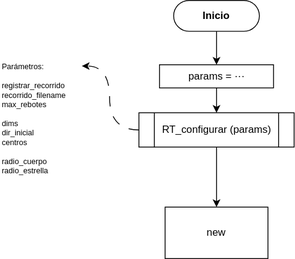
The draw.io diagram FlowChart.drawio.svg in IoachimusRoderici/RayTracing.jl, before a commit. Source tidied: cells renumbered, new cells last; positions are measured from the earlier drawing's top-left corner, leaving out a move shared by most shapes.
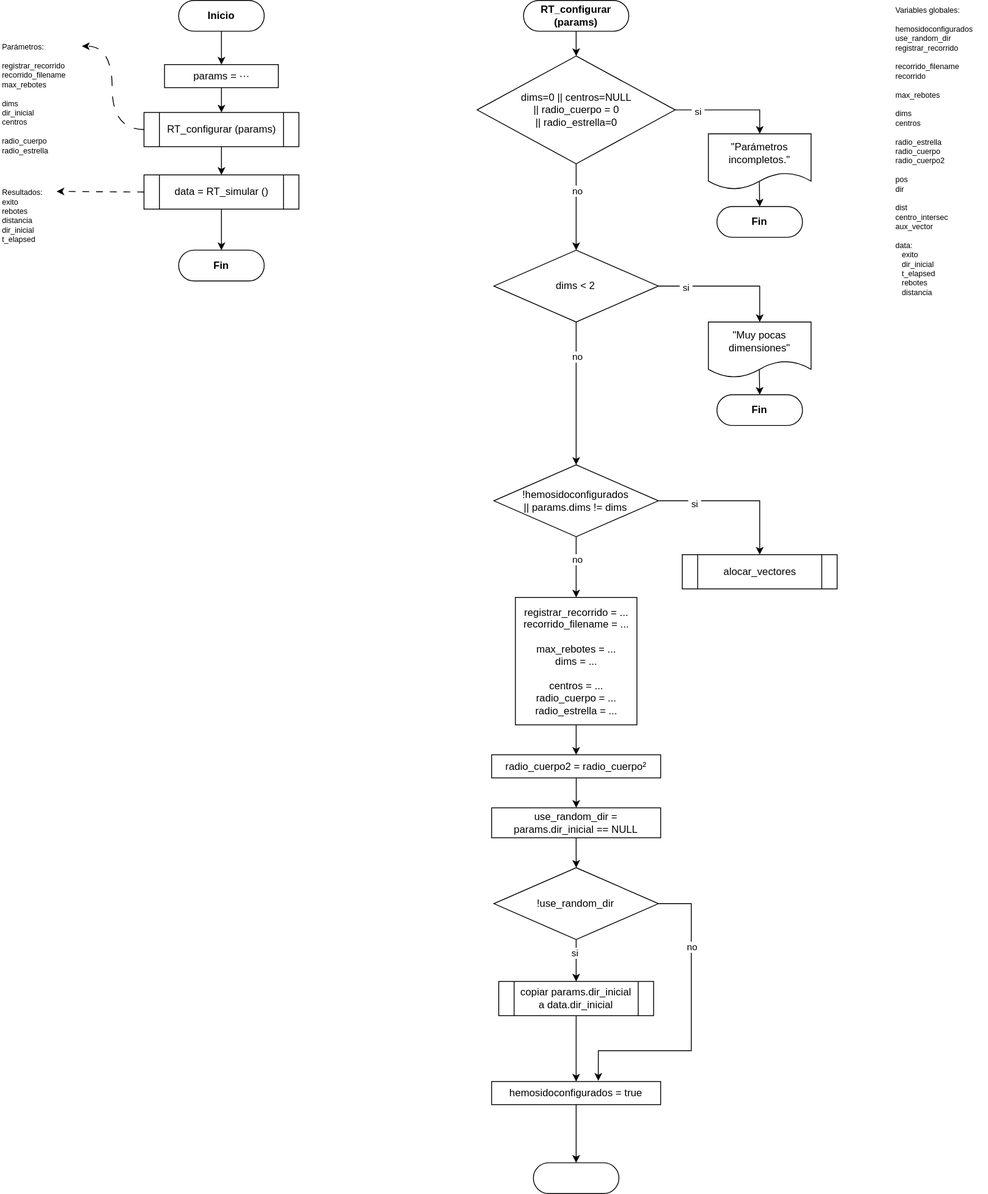
After the change.

Change to the diagram source:
```diff
@@ -17,17 +17,158 @@
     <mxCell id="6" style="edgeStyle=orthogonalEdgeStyle;curved=1;html=1;exitX=0;exitY=0.5;exitDx=0;exitDy=0;entryX=1.02;entryY=0.074;entryDx=0;entryDy=0;entryPerimeter=0;dashed=1;dashPattern=12 12;strokeColor=default;fontSize=9;" parent="1" edge="1" source="8" target="9">
       <mxGeometry relative="1" as="geometry" />
     </mxCell>
-    <mxCell id="7" style="edgeStyle=orthogonalEdgeStyle;rounded=0;jettySize=auto;html=1;" parent="1" edge="1" source="8" target="10">
-      <mxGeometry relative="1" as="geometry" />
-    </mxCell>
+    <mxCell id="11" style="edgeStyle=orthogonalEdgeStyle;rounded=0;jettySize=auto;html=1;" parent="1" edge="1" source="8" target="14">
+      <mxGeometry relative="1" as="geometry" />
+    </mxCell>
     <mxCell id="8" value="RT_configurar (params)" style="shape=process;whiteSpace=wrap;html=1;backgroundOutline=1;fillColor=none;" parent="1" vertex="1">
       <mxGeometry x="161.5" y="131" width="181" height="40" as="geometry" />
     </mxCell>
     <mxCell id="9" value="Parámetros:&#10;&#10;registrar_recorrido&#10;recorrido_filename&#10;max_rebotes&#10;&#10;dims&#10;dir_inicial&#10;centros&#10;&#10;radio_cuerpo&#10;radio_estrella&#10;" style="text;align=left;verticalAlign=top;points=[];strokeColor=none;fillColor=none;fontSize=9;" parent="1" vertex="1">
-      <mxGeometry y="66" width="93" height="142" as="geometry" />
+      <mxGeometry x="-6" y="43" width="93" height="142" as="geometry" />
     </mxCell>
-    <mxCell id="10" value="new" style="whiteSpace=wrap;html=1;fillColor=none;" parent="1" vertex="1">
-      <mxGeometry x="192" y="241" width="120" height="60" as="geometry" />
-    </mxCell>
+    <mxCell id="12" style="rounded=0;jettySize=auto;html=1;exitX=0;exitY=0.5;exitDx=0;exitDy=0;entryX=1.005;entryY=0.117;entryDx=0;entryDy=0;entryPerimeter=0;dashed=1;dashPattern=8 8;" parent="1" edge="1" source="14" target="15">
+      <mxGeometry relative="1" as="geometry" />
+    </mxCell>
+    <mxCell id="13" style="edgeStyle=orthogonalEdgeStyle;rounded=0;jettySize=auto;html=1;entryX=0.5;entryY=0;entryDx=0;entryDy=0;" parent="1" edge="1" source="14" target="16">
+      <mxGeometry relative="1" as="geometry" />
+    </mxCell>
+    <mxCell id="14" value="data = RT_simular ()" style="shape=process;whiteSpace=wrap;html=1;backgroundOutline=1;fillColor=none;" parent="1" vertex="1">
+      <mxGeometry x="161.5" y="204" width="181" height="40" as="geometry" />
+    </mxCell>
+    <mxCell id="15" value="Resultados:&#10;exito&#10;rebotes&#10;distancia&#10;dir_inicial&#10;t_elapsed&#10;&#10;" style="text;align=left;verticalAlign=top;points=[];strokeColor=none;fillColor=none;fontSize=9;" parent="1" vertex="1">
+      <mxGeometry x="-6" y="213" width="65" height="88" as="geometry" />
+    </mxCell>
+    <mxCell id="16" value="&lt;b&gt;Fin&lt;/b&gt;" style="rounded=1;whiteSpace=wrap;html=1;arcSize=50;fillColor=none;" parent="1" vertex="1">
+      <mxGeometry x="202" y="292" width="100" height="36" as="geometry" />
+    </mxCell>
+    <mxCell id="17" style="edgeStyle=orthogonalEdgeStyle;rounded=0;jettySize=auto;html=1;" parent="1" edge="1" source="18" target="23">
+      <mxGeometry relative="1" as="geometry" />
+    </mxCell>
+    <mxCell id="18" value="&lt;div&gt;&lt;b&gt;RT_configurar&lt;/b&gt;&lt;/div&gt;&lt;div&gt;&lt;b&gt;(params)&lt;br&gt;&lt;/b&gt;&lt;/div&gt;" style="rounded=1;whiteSpace=wrap;html=1;arcSize=50;fillColor=none;" parent="1" vertex="1">
+      <mxGeometry x="605" width="123" height="36" as="geometry" />
+    </mxCell>
+    <mxCell id="19" style="edgeStyle=orthogonalEdgeStyle;rounded=0;jettySize=auto;html=1;exitX=1;exitY=0.5;exitDx=0;exitDy=0;entryX=0.5;entryY=0;entryDx=0;entryDy=0;" parent="1" edge="1" source="23" target="25">
+      <mxGeometry relative="1" as="geometry" />
+    </mxCell>
+    <mxCell id="20" value="&amp;nbsp;si&amp;nbsp; " style="edgeLabel;html=1;align=center;verticalAlign=middle;" parent="19" vertex="1">
+      <mxGeometry x="-0.6" y="-1" relative="1" as="geometry" />
+    </mxCell>
+    <mxCell id="21" style="edgeStyle=none;rounded=0;jettySize=auto;html=1;exitX=0.5;exitY=1;exitDx=0;exitDy=0;entryX=0.5;entryY=0;entryDx=0;entryDy=0;" parent="1" edge="1" source="23" target="31">
+      <mxGeometry relative="1" as="geometry" />
+    </mxCell>
+    <mxCell id="22" value="no" style="edgeLabel;html=1;align=center;verticalAlign=middle;" parent="21" vertex="1">
+      <mxGeometry x="-0.39" y="1" relative="1" as="geometry" />
+    </mxCell>
+    <mxCell id="23" value="&lt;div&gt;dims=0 || centros=NULL&lt;/div&gt;&lt;div&gt;|| radio_cuerpo = 0&lt;/div&gt;&lt;div&gt;|| radio_estrella=0&lt;br&gt;&lt;/div&gt;" style="rhombus;whiteSpace=wrap;html=1;" parent="1" vertex="1">
+      <mxGeometry x="550.8" y="65" width="231.5" height="126" as="geometry" />
+    </mxCell>
+    <mxCell id="24" style="edgeStyle=none;rounded=0;jettySize=auto;html=1;entryX=0.5;entryY=0;entryDx=0;entryDy=0;exitX=0.496;exitY=0.859;exitDx=0;exitDy=0;exitPerimeter=0;" parent="1" edge="1" source="25" target="26">
+      <mxGeometry relative="1" as="geometry" />
+    </mxCell>
+    <mxCell id="25" value="&quot;Parámetros incompletos.&quot;" style="shape=document;whiteSpace=wrap;html=1;boundedLbl=1;" parent="1" vertex="1">
+      <mxGeometry x="821" y="156" width="120" height="65" as="geometry" />
+    </mxCell>
+    <mxCell id="26" value="&lt;b&gt;Fin&lt;/b&gt;" style="rounded=1;whiteSpace=wrap;html=1;arcSize=50;fillColor=none;" parent="1" vertex="1">
+      <mxGeometry x="831" y="241" width="100" height="36" as="geometry" />
+    </mxCell>
+    <mxCell id="27" style="edgeStyle=orthogonalEdgeStyle;rounded=0;jettySize=auto;html=1;exitX=1;exitY=0.5;exitDx=0;exitDy=0;entryX=0.5;entryY=0;entryDx=0;entryDy=0;" parent="1" edge="1" source="31" target="33">
+      <mxGeometry relative="1" as="geometry" />
+    </mxCell>
+    <mxCell id="28" value="&amp;nbsp;si&amp;nbsp; " style="edgeLabel;html=1;align=center;verticalAlign=middle;" parent="27" vertex="1">
+      <mxGeometry x="-0.6" y="-1" relative="1" as="geometry" />
+    </mxCell>
+    <mxCell id="29" style="edgeStyle=none;rounded=0;jettySize=auto;html=1;exitX=0.5;exitY=1;exitDx=0;exitDy=0;entryX=0.5;entryY=0;entryDx=0;entryDy=0;" parent="1" edge="1" source="31" target="40">
+      <mxGeometry relative="1" as="geometry" />
+    </mxCell>
+    <mxCell id="30" value="no" style="edgeLabel;html=1;align=center;verticalAlign=middle;" parent="29" vertex="1">
+      <mxGeometry x="-0.5" y="1" relative="1" as="geometry" />
+    </mxCell>
+    <mxCell id="31" value="dims &amp;lt; 2" style="rhombus;whiteSpace=wrap;html=1;" parent="1" vertex="1">
+      <mxGeometry x="570.4" y="292" width="192.2" height="84" as="geometry" />
+    </mxCell>
+    <mxCell id="32" style="edgeStyle=none;rounded=0;jettySize=auto;html=1;entryX=0.5;entryY=0;entryDx=0;entryDy=0;exitX=0.496;exitY=0.859;exitDx=0;exitDy=0;exitPerimeter=0;" parent="1" edge="1" source="33" target="34">
+      <mxGeometry relative="1" as="geometry" />
+    </mxCell>
+    <mxCell id="33" value="&quot;Muy pocas dimensiones&quot;" style="shape=document;whiteSpace=wrap;html=1;boundedLbl=1;" parent="1" vertex="1">
+      <mxGeometry x="821" y="376" width="120" height="65" as="geometry" />
+    </mxCell>
+    <mxCell id="34" value="&lt;b&gt;Fin&lt;/b&gt;" style="rounded=1;whiteSpace=wrap;html=1;arcSize=50;fillColor=none;" parent="1" vertex="1">
+      <mxGeometry x="831" y="461" width="100" height="36" as="geometry" />
+    </mxCell>
+    <mxCell id="35" value="Variables globales:&#10;&#10;hemosidoconfigurados&#10;use_random_dir&#10;registrar_recorrido&#10;&#10;recorrido_filename&#10;recorrido&#10;&#10;max_rebotes&#10;&#10;dims&#10;centros&#10;&#10;radio_estrella&#10;radio_cuerpo&#10;radio_cuerpo2&#10;&#10;pos&#10;dir&#10;&#10;dist&#10;centro_intersec&#10;aux_vector&#10;&#10;data:&#10;   exito&#10;   dir_inicial&#10;   t_elapsed&#10;   rebotes&#10;   distancia&#10;" style="text;align=left;verticalAlign=top;strokeColor=none;fillColor=none;fontSize=9;" parent="1" vertex="1">
+      <mxGeometry x="1038" width="109" height="347" as="geometry" />
+    </mxCell>
+    <mxCell id="36" style="edgeStyle=orthogonalEdgeStyle;rounded=0;jettySize=auto;html=1;exitX=1;exitY=0.5;exitDx=0;exitDy=0;entryX=0.5;entryY=0;entryDx=0;entryDy=0;" parent="1" edge="1" source="40" target="41">
+      <mxGeometry relative="1" as="geometry" />
+    </mxCell>
+    <mxCell id="37" value="&amp;nbsp;si&amp;nbsp; " style="edgeLabel;html=1;align=center;verticalAlign=middle;" parent="36" vertex="1">
+      <mxGeometry x="-0.54" y="-3" relative="1" as="geometry" />
+    </mxCell>
+    <mxCell id="38" style="rounded=0;jettySize=auto;html=1;exitX=0.5;exitY=1;exitDx=0;exitDy=0;entryX=0.5;entryY=0;entryDx=0;entryDy=0;" parent="1" edge="1" source="40" target="43">
+      <mxGeometry relative="1" as="geometry" />
+    </mxCell>
+    <mxCell id="39" value="no" style="edgeLabel;html=1;align=center;verticalAlign=middle;" parent="38" vertex="1">
+      <mxGeometry x="-0.25" y="1" relative="1" as="geometry" />
+    </mxCell>
+    <mxCell id="40" value="&lt;div&gt;!hemosidoconfigurados &lt;br&gt;&lt;/div&gt;&lt;div&gt;|| params.dims != dims&lt;br&gt;&lt;/div&gt;" style="rhombus;whiteSpace=wrap;html=1;" parent="1" vertex="1">
+      <mxGeometry x="570.4" y="543" width="192.2" height="84" as="geometry" />
+    </mxCell>
+    <mxCell id="41" value="alocar_vectores" style="shape=process;whiteSpace=wrap;html=1;backgroundOutline=1;fillColor=none;" parent="1" vertex="1">
+      <mxGeometry x="790.5" y="648" width="181" height="40" as="geometry" />
+    </mxCell>
+    <mxCell id="42" style="edgeStyle=orthogonalEdgeStyle;rounded=0;jettySize=auto;html=1;exitX=0.5;exitY=1;exitDx=0;exitDy=0;entryX=0.5;entryY=0;entryDx=0;entryDy=0;" parent="1" edge="1" source="43" target="45">
+      <mxGeometry relative="1" as="geometry" />
+    </mxCell>
+    <mxCell id="43" value="&lt;div&gt;registrar_recorrido = ...&lt;/div&gt;&lt;div&gt;recorrido_filename = ...&lt;/div&gt;&lt;div&gt;&lt;br&gt;&lt;/div&gt;&lt;div&gt;max_rebotes = ...&lt;/div&gt;&lt;div&gt;dims = ...&lt;/div&gt;&lt;div&gt;&lt;br&gt;&lt;/div&gt;&lt;div&gt;centros = ...&lt;/div&gt;&lt;div&gt;radio_cuerpo = ...&lt;/div&gt;&lt;div&gt;radio_estrella = ...&lt;br&gt;&lt;/div&gt;" style="rounded=0;whiteSpace=wrap;html=1;fillColor=none;" parent="1" vertex="1">
+      <mxGeometry x="595.5" y="698" width="142" height="149" as="geometry" />
+    </mxCell>
+    <mxCell id="44" style="edgeStyle=orthogonalEdgeStyle;rounded=0;jettySize=auto;html=1;" parent="1" edge="1" source="45" target="47">
+      <mxGeometry relative="1" as="geometry" />
+    </mxCell>
+    <mxCell id="45" value="radio_cuerpo2 = radio_cuerpo²" style="rounded=0;whiteSpace=wrap;html=1;fillColor=none;" parent="1" vertex="1">
+      <mxGeometry x="567.8" y="882" width="197.5" height="27" as="geometry" />
+    </mxCell>
+    <mxCell id="46" style="edgeStyle=orthogonalEdgeStyle;rounded=0;jettySize=auto;html=1;exitX=0.5;exitY=1;exitDx=0;exitDy=0;" parent="1" edge="1" source="47" target="52">
+      <mxGeometry relative="1" as="geometry" />
+    </mxCell>
+    <mxCell id="47" value="&lt;div&gt;use_random_dir = &lt;br&gt;&lt;/div&gt;&lt;div&gt;params.dir_inicial == NULL&lt;/div&gt;" style="rounded=0;whiteSpace=wrap;html=1;fillColor=none;" parent="1" vertex="1">
+      <mxGeometry x="567.8" y="944" width="197.5" height="35" as="geometry" />
+    </mxCell>
+    <mxCell id="48" style="rounded=0;jettySize=auto;html=1;exitX=0.5;exitY=1;exitDx=0;exitDy=0;entryX=0.5;entryY=0;entryDx=0;entryDy=0;" parent="1" edge="1" source="52" target="54">
+      <mxGeometry relative="1" as="geometry" />
+    </mxCell>
+    <mxCell id="49" value="si" style="edgeLabel;html=1;align=center;verticalAlign=middle;" parent="48" vertex="1">
+      <mxGeometry x="-0.39" y="-2" relative="1" as="geometry" />
+    </mxCell>
+    <mxCell id="50" style="edgeStyle=orthogonalEdgeStyle;rounded=0;jettySize=auto;html=1;exitX=1;exitY=0.5;exitDx=0;exitDy=0;entryX=0.631;entryY=-0.031;entryDx=0;entryDy=0;entryPerimeter=0;" parent="1" edge="1" source="52" target="56">
+      <mxGeometry relative="1" as="geometry">
+        <Array as="points">
+          <mxPoint x="801" y="1056" />
+          <mxPoint x="801" y="1228" />
+          <mxPoint x="692" y="1228" />
+        </Array>
+      </mxGeometry>
+    </mxCell>
+    <mxCell id="51" value="no" style="edgeLabel;html=1;align=center;verticalAlign=middle;" parent="50" vertex="1">
+      <mxGeometry x="-0.5" relative="1" as="geometry" />
+    </mxCell>
+    <mxCell id="52" value="!use_random_dir" style="rhombus;whiteSpace=wrap;html=1;" parent="1" vertex="1">
+      <mxGeometry x="570.4" y="1014" width="192.2" height="84" as="geometry" />
+    </mxCell>
+    <mxCell id="53" style="edgeStyle=orthogonalEdgeStyle;rounded=0;jettySize=auto;html=1;exitX=0.5;exitY=1;exitDx=0;exitDy=0;entryX=0.5;entryY=0;entryDx=0;entryDy=0;" parent="1" edge="1" source="54" target="56">
+      <mxGeometry relative="1" as="geometry" />
+    </mxCell>
+    <mxCell id="54" value="&lt;div&gt;copiar params.dir_inicial&lt;/div&gt;&lt;div&gt;a data.dir_inicial&lt;br&gt;&lt;/div&gt;" style="shape=process;whiteSpace=wrap;html=1;backgroundOutline=1;fillColor=none;" parent="1" vertex="1">
+      <mxGeometry x="576" y="1147" width="181" height="40" as="geometry" />
+    </mxCell>
+    <mxCell id="55" style="edgeStyle=orthogonalEdgeStyle;rounded=0;jettySize=auto;html=1;exitX=0.5;exitY=1;exitDx=0;exitDy=0;entryX=0.5;entryY=0;entryDx=0;entryDy=0;" parent="1" edge="1" source="56" target="57">
+      <mxGeometry relative="1" as="geometry" />
+    </mxCell>
+    <mxCell id="56" value="hemosidoconfigurados = true" style="rounded=0;whiteSpace=wrap;html=1;fillColor=none;" parent="1" vertex="1">
+      <mxGeometry x="567.8" y="1264" width="197.5" height="27" as="geometry" />
+    </mxCell>
+    <mxCell id="57" style="rounded=1;whiteSpace=wrap;html=1;arcSize=50;fillColor=none;" parent="1" vertex="1">
+      <mxGeometry x="616.5" y="1359" width="100" height="36" as="geometry" />
+    </mxCell>
   </root>
 </mxGraphModel>
```
